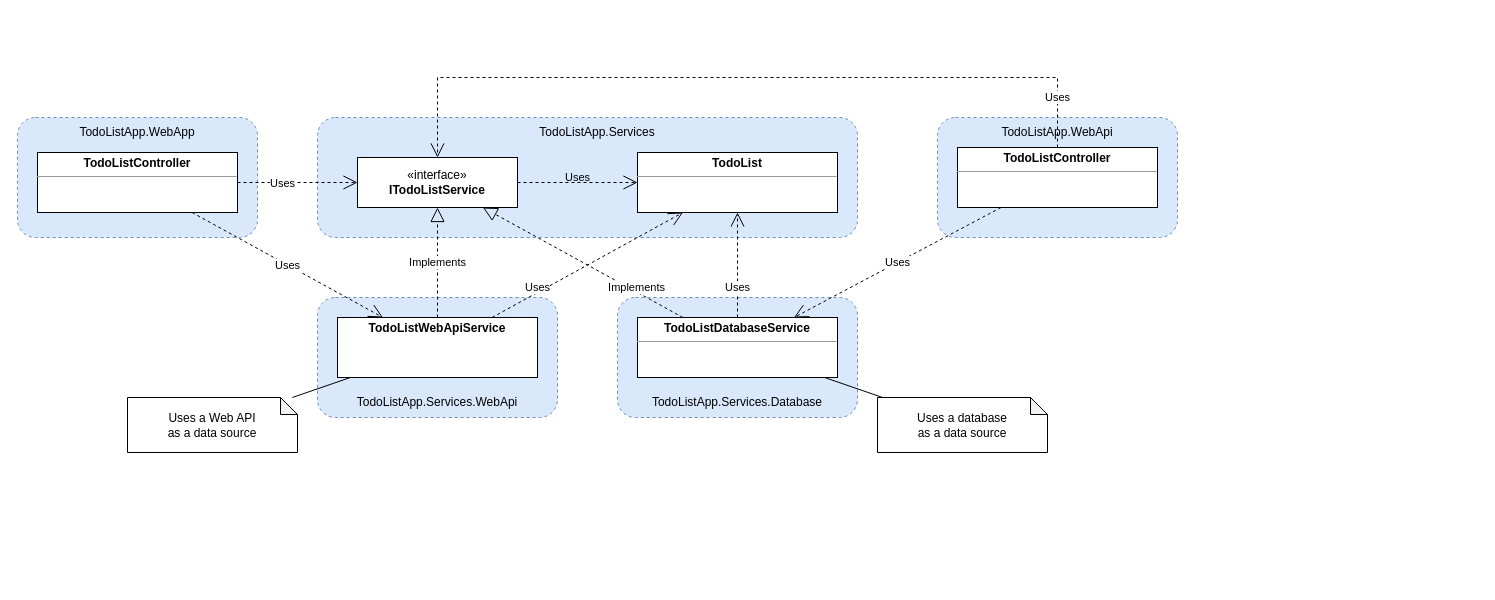
yxvnyk/todo-list-app keeps this draw.io diagram as page "class-diagram" (3 of 5) of images/diagrams.drawio. Above is the earlier version. Source tidied: cells renumbered, new cells numbered last; positions are measured from the earlier drawing's top-left corner, leaving out a move shared by most shapes. Both pictures are drawn from the tidied source at 100%, with x=0, y=0 at pixel (17, 77).
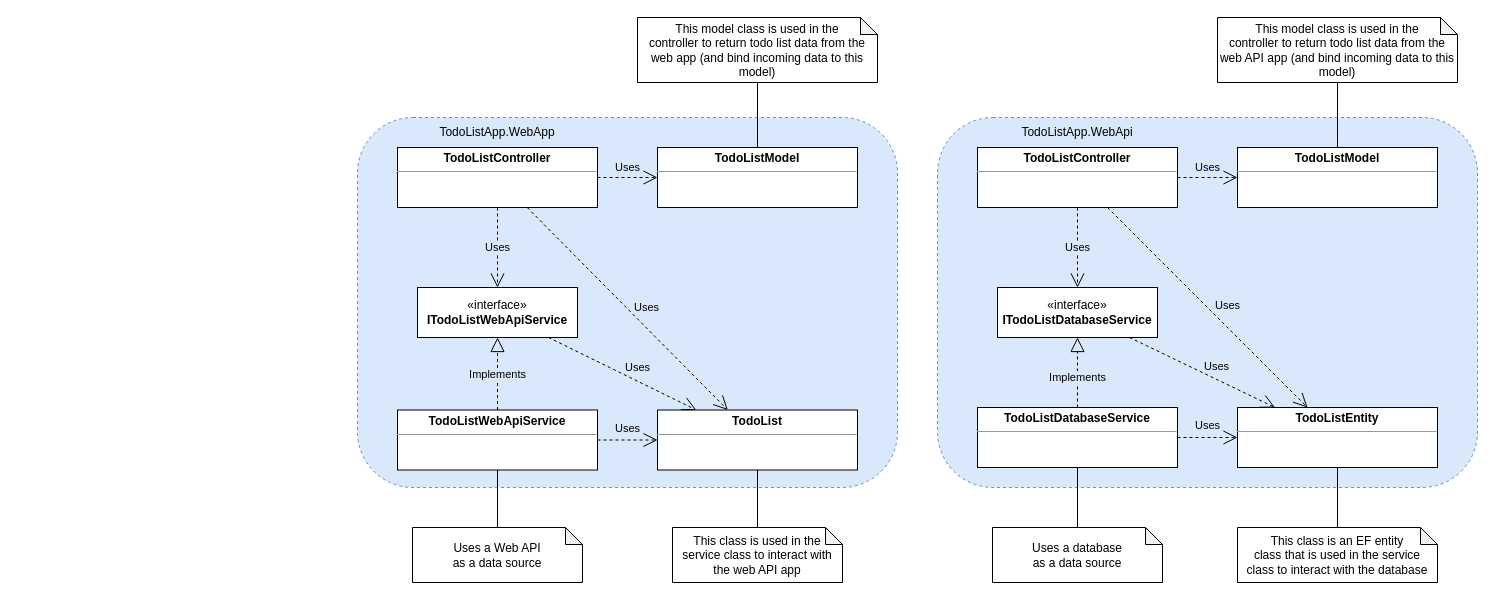
The same page after the edit.

The edit, as a diff of the source:
```diff
@@
-    <mxCell id="2" style="rounded=1;whiteSpace=wrap;html=1;fillColor=#dae8fc;dashed=1;strokeColor=#6c8ebf;" parent="1" vertex="1">
-      <mxGeometry x="300" y="220" width="240" height="120" as="geometry" />
-    </mxCell>
-    <mxCell id="3" style="rounded=1;whiteSpace=wrap;html=1;fillColor=#dae8fc;dashed=1;strokeColor=#6c8ebf;" parent="1" vertex="1">
-      <mxGeometry x="600" y="220" width="240" height="120" as="geometry" />
-    </mxCell>
-    <mxCell id="4" style="rounded=1;whiteSpace=wrap;html=1;fillColor=#dae8fc;dashed=1;strokeColor=#6c8ebf;" parent="1" vertex="1">
-      <mxGeometry x="300" y="40" width="540" height="120" as="geometry" />
-    </mxCell>
+    <mxCell id="17" style="rounded=1;whiteSpace=wrap;html=1;fillColor=#dae8fc;dashed=1;strokeColor=#6c8ebf;" parent="1" vertex="1">
+      <mxGeometry x="340" y="40" width="540" height="370" as="geometry" />
+    </mxCell>
+    <mxCell id="20" style="rounded=1;whiteSpace=wrap;html=1;fillColor=#dae8fc;dashed=1;strokeColor=#6c8ebf;" parent="1" vertex="1">
+      <mxGeometry x="920" y="40" width="540" height="370" as="geometry" />
+    </mxCell>
-    <mxCell id="5" value="«interface»&lt;br&gt;&lt;b&gt;ITodoListService&lt;br&gt;&lt;/b&gt;" style="html=1;whiteSpace=wrap;" parent="1" vertex="1">
-      <mxGeometry x="340" y="80" width="160" height="50" as="geometry" />
+    <mxCell id="5" value="«interface»&lt;br&gt;&lt;b&gt;ITodoListDatabaseService&lt;br&gt;&lt;/b&gt;" style="html=1;whiteSpace=wrap;" parent="1" vertex="1">
+      <mxGeometry x="980" y="210" width="160" height="50" as="geometry" />
     </mxCell>
     <mxCell id="6" value="&lt;p style=&quot;margin:0px;margin-top:4px;text-align:center;&quot;&gt;&lt;b&gt;TodoListDatabaseService&lt;/b&gt;&lt;/p&gt;&lt;hr size=&quot;1&quot;&gt;&lt;div style=&quot;height:2px;&quot;&gt;&lt;/div&gt;" style="verticalAlign=top;align=left;overflow=fill;fontSize=12;fontFamily=Helvetica;html=1;whiteSpace=wrap;" parent="1" vertex="1">
-      <mxGeometry x="620" y="240" width="200" height="60" as="geometry" />
+      <mxGeometry x="960" y="330" width="200" height="60" as="geometry" />
     </mxCell>
-    <mxCell id="7" value="&lt;p style=&quot;margin:0px;margin-top:4px;text-align:center;&quot;&gt;&lt;b&gt;TodoListWebApiService&lt;/b&gt;&lt;/p&gt;" style="verticalAlign=top;align=left;overflow=fill;fontSize=12;fontFamily=Helvetica;html=1;whiteSpace=wrap;" parent="1" vertex="1">
-      <mxGeometry x="320" y="240" width="200" height="60" as="geometry" />
-    </mxCell>
-    <mxCell id="8" value="Implements" style="endArrow=block;dashed=1;endFill=0;endSize=12;html=1;rounded=0;" parent="1" edge="1" source="6" target="5">
-      <mxGeometry x="-0.52" y="-4" relative="1" as="geometry" />
+    <mxCell id="8" value="Implements" style="endArrow=block;dashed=1;endFill=0;endSize=12;html=1;rounded=0;labelBackgroundColor=#dae8fc;" parent="1" edge="1" source="6" target="5">
+      <mxGeometry x="-0.14" relative="1" as="geometry" />
     </mxCell>
-    <mxCell id="9" value="Implements" style="endArrow=block;dashed=1;endFill=0;endSize=12;html=1;rounded=0;" parent="1" edge="1" source="7" target="5">
+    <mxCell id="9" value="Implements" style="endArrow=block;dashed=1;endFill=0;endSize=12;html=1;rounded=0;labelBackgroundColor=#dae8fc;" parent="1" edge="1" source="7" target="31">
       <mxGeometry relative="1" as="geometry" />
     </mxCell>
-    <mxCell id="10" value="&lt;p style=&quot;margin:0px;margin-top:4px;text-align:center;&quot;&gt;&lt;b&gt;TodoList&lt;/b&gt;&lt;/p&gt;&lt;hr size=&quot;1&quot;&gt;&lt;div style=&quot;height:2px;&quot;&gt;&lt;/div&gt;" style="verticalAlign=top;align=left;overflow=fill;fontSize=12;fontFamily=Helvetica;html=1;whiteSpace=wrap;" parent="1" vertex="1">
-      <mxGeometry x="620" y="75" width="200" height="60" as="geometry" />
-    </mxCell>
-    <mxCell id="11" value="Uses" style="endArrow=open;endSize=12;dashed=1;html=1;rounded=0;strokeColor=default;labelBackgroundColor=none;" parent="1" edge="1" source="5" target="10">
-      <mxGeometry y="5" relative="1" as="geometry" />
-    </mxCell>
-    <mxCell id="12" value="Uses" style="endArrow=open;endSize=12;dashed=1;html=1;rounded=0;" parent="1" edge="1" source="6" target="10">
-      <mxGeometry x="-0.43" relative="1" as="geometry" />
-    </mxCell>
-    <mxCell id="13" value="Uses" style="endArrow=open;endSize=12;dashed=1;html=1;rounded=0;" parent="1" edge="1" source="7" target="10">
-      <mxGeometry x="-0.5" y="4" relative="1" as="geometry" />
-    </mxCell>
-    <mxCell id="14" value="TodoListApp.Services" style="text;html=1;strokeColor=none;fillColor=none;align=center;verticalAlign=middle;whiteSpace=wrap;rounded=0;" parent="1" vertex="1">
-      <mxGeometry x="340" y="40" width="480" height="30" as="geometry" />
-    </mxCell>
-    <mxCell id="15" value="&lt;span style=&quot;border-color: var(--border-color);&quot;&gt;TodoListApp.Services.Database&lt;/span&gt;" style="text;html=1;strokeColor=none;fillColor=none;align=center;verticalAlign=middle;whiteSpace=wrap;rounded=0;fontStyle=0;" parent="1" vertex="1">
-      <mxGeometry x="620" y="310" width="200" height="30" as="geometry" />
-    </mxCell>
-    <mxCell id="16" value="TodoListApp.Services.WebApi" style="text;html=1;strokeColor=none;fillColor=none;align=center;verticalAlign=middle;whiteSpace=wrap;rounded=0;" parent="1" vertex="1">
-      <mxGeometry x="320" y="310" width="200" height="30" as="geometry" />
-    </mxCell>
-    <mxCell id="17" style="rounded=1;whiteSpace=wrap;html=1;fillColor=#dae8fc;dashed=1;strokeColor=#6c8ebf;" parent="1" vertex="1">
-      <mxGeometry y="40" width="240" height="120" as="geometry" />
-    </mxCell>
     <mxCell id="18" value="&lt;p style=&quot;margin:0px;margin-top:4px;text-align:center;&quot;&gt;&lt;b&gt;TodoListController&lt;/b&gt;&lt;/p&gt;&lt;hr size=&quot;1&quot;&gt;&lt;div style=&quot;height:2px;&quot;&gt;&lt;/div&gt;" style="verticalAlign=top;align=left;overflow=fill;fontSize=12;fontFamily=Helvetica;html=1;whiteSpace=wrap;" parent="1" vertex="1">
-      <mxGeometry x="20" y="75" width="200" height="60" as="geometry" />
+      <mxGeometry x="380" y="70" width="200" height="60" as="geometry" />
     </mxCell>
     <mxCell id="19" value="TodoListApp.WebApp" style="text;html=1;strokeColor=none;fillColor=none;align=center;verticalAlign=middle;whiteSpace=wrap;rounded=0;" parent="1" vertex="1">
-      <mxGeometry x="20" y="40" width="200" height="30" as="geometry" />
+      <mxGeometry x="380" y="40" width="200" height="30" as="geometry" />
     </mxCell>
-    <mxCell id="20" style="rounded=1;whiteSpace=wrap;html=1;fillColor=#dae8fc;dashed=1;strokeColor=#6c8ebf;" parent="1" vertex="1">
-      <mxGeometry x="920" y="40" width="240" height="120" as="geometry" />
-    </mxCell>
     <mxCell id="21" value="&lt;p style=&quot;margin:0px;margin-top:4px;text-align:center;&quot;&gt;&lt;b&gt;TodoListController&lt;/b&gt;&lt;/p&gt;&lt;hr size=&quot;1&quot;&gt;&lt;div style=&quot;height:2px;&quot;&gt;&lt;/div&gt;" style="verticalAlign=top;align=left;overflow=fill;fontSize=12;fontFamily=Helvetica;html=1;whiteSpace=wrap;" parent="1" vertex="1">
-      <mxGeometry x="940" y="70" width="200" height="60" as="geometry" />
+      <mxGeometry x="960" y="70" width="200" height="60" as="geometry" />
     </mxCell>
     <mxCell id="22" value="TodoListApp.WebApi" style="text;html=1;strokeColor=none;fillColor=none;align=center;verticalAlign=middle;whiteSpace=wrap;rounded=0;" parent="1" vertex="1">
-      <mxGeometry x="940" y="40" width="200" height="30" as="geometry" />
+      <mxGeometry x="960" y="40" width="200" height="30" as="geometry" />
     </mxCell>
-    <mxCell id="23" value="Uses" style="endArrow=open;endSize=12;dashed=1;html=1;rounded=0;" parent="1" edge="1" source="21" target="6">
+    <mxCell id="23" value="Uses" style="endArrow=open;endSize=12;dashed=1;html=1;rounded=0;labelBackgroundColor=#dae8fc;" parent="1" edge="1" source="21" target="5">
       <mxGeometry relative="1" as="geometry" />
     </mxCell>
-    <mxCell id="24" value="Uses" style="endArrow=open;endSize=12;dashed=1;html=1;rounded=0;" parent="1" edge="1" source="21" target="5">
-      <mxGeometry x="-0.87" relative="1" as="geometry">
-        <Array as="points">
-          <mxPoint x="1040" />
-          <mxPoint x="420" />
-        </Array>
-      </mxGeometry>
-    </mxCell>
-    <mxCell id="25" value="Uses" style="endArrow=open;endSize=12;dashed=1;html=1;rounded=0;labelBackgroundColor=default;" parent="1" edge="1" source="18" target="7">
+    <mxCell id="25" value="Uses" style="endArrow=open;endSize=12;dashed=1;html=1;rounded=0;labelBackgroundColor=#dae8fc;" parent="1" edge="1" source="18" target="31">
       <mxGeometry relative="1" as="geometry" />
     </mxCell>
-    <mxCell id="26" value="Uses" style="endArrow=open;endSize=12;dashed=1;html=1;rounded=0;" parent="1" edge="1" source="18" target="5">
-      <mxGeometry x="-0.25" y="-1" relative="1" as="geometry" />
-    </mxCell>
     <mxCell id="27" value="Uses a Web API&lt;br&gt;as a data source" style="shape=note;whiteSpace=wrap;html=1;backgroundOutline=1;darkOpacity=0.05;align=center;size=17;" parent="1" vertex="1">
-      <mxGeometry x="110" y="320" width="170" height="55" as="geometry" />
+      <mxGeometry x="395" y="450" width="170" height="55" as="geometry" />
     </mxCell>
     <mxCell id="28" value="Uses a database&lt;br&gt;as a data source" style="shape=note;whiteSpace=wrap;html=1;backgroundOutline=1;darkOpacity=0.05;align=center;size=17;" parent="1" vertex="1">
-      <mxGeometry x="860" y="320" width="170" height="55" as="geometry" />
+      <mxGeometry x="975" y="450" width="170" height="55" as="geometry" />
     </mxCell>
@@
+    <mxCell id="31" value="«interface»&lt;br&gt;&lt;b&gt;ITodoListWebApiService&lt;br&gt;&lt;/b&gt;" style="html=1;whiteSpace=wrap;" parent="1" vertex="1">
+      <mxGeometry x="400" y="210" width="160" height="50" as="geometry" />
+    </mxCell>
+    <mxCell id="7" value="&lt;p style=&quot;margin:0px;margin-top:4px;text-align:center;&quot;&gt;&lt;b&gt;TodoListWebApiService&lt;/b&gt;&lt;/p&gt;&lt;hr size=&quot;1&quot;&gt;&lt;div style=&quot;height:2px;&quot;&gt;&lt;/div&gt;" style="verticalAlign=top;align=left;overflow=fill;fontSize=12;fontFamily=Helvetica;html=1;whiteSpace=wrap;" parent="1" vertex="1">
+      <mxGeometry x="380" y="332.5" width="200" height="60" as="geometry" />
+    </mxCell>
+    <mxCell id="32" value="&lt;p style=&quot;margin:0px;margin-top:4px;text-align:center;&quot;&gt;&lt;b&gt;TodoListModel&lt;/b&gt;&lt;/p&gt;&lt;hr size=&quot;1&quot;&gt;&lt;div style=&quot;height:2px;&quot;&gt;&lt;/div&gt;" style="verticalAlign=top;align=left;overflow=fill;fontSize=12;fontFamily=Helvetica;html=1;whiteSpace=wrap;" parent="1" vertex="1">
+      <mxGeometry x="640" y="70" width="200" height="60" as="geometry" />
+    </mxCell>
+    <mxCell id="10" value="&lt;p style=&quot;margin:0px;margin-top:4px;text-align:center;&quot;&gt;&lt;b&gt;TodoList&lt;/b&gt;&lt;/p&gt;&lt;hr size=&quot;1&quot;&gt;&lt;div style=&quot;height:2px;&quot;&gt;&lt;/div&gt;" style="verticalAlign=top;align=left;overflow=fill;fontSize=12;fontFamily=Helvetica;html=1;whiteSpace=wrap;" parent="1" vertex="1">
+      <mxGeometry x="640" y="332.5" width="200" height="60" as="geometry" />
+    </mxCell>
+    <mxCell id="13" value="Uses" style="endArrow=open;endSize=12;dashed=1;html=1;rounded=0;labelBackgroundColor=none;" parent="1" edge="1" source="7" target="10">
+      <mxGeometry y="13" relative="1" as="geometry">
+        <mxPoint y="1" as="offset" />
+      </mxGeometry>
+    </mxCell>
+    <mxCell id="33" value="Uses" style="endArrow=open;endSize=12;dashed=1;html=1;rounded=0;labelBackgroundColor=none;" parent="1" edge="1" source="18" target="32">
+      <mxGeometry y="10" relative="1" as="geometry" />
+    </mxCell>
+    <mxCell id="34" value="Uses" style="endArrow=open;endSize=12;dashed=1;html=1;rounded=0;labelBackgroundColor=none;" parent="1" edge="1" source="18" target="10">
+      <mxGeometry x="0.09" y="15" relative="1" as="geometry" />
+    </mxCell>
+    <mxCell id="35" value="Uses" style="endArrow=open;endSize=12;dashed=1;html=1;rounded=0;labelBackgroundColor=none;" parent="1" edge="1" source="31" target="10">
+      <mxGeometry x="0.13" y="12" relative="1" as="geometry" />
+    </mxCell>
+    <mxCell id="36" value="This model class is used in the&lt;br&gt;controller to return todo list data from the web app (and bind incoming data to this model)" style="shape=note;whiteSpace=wrap;html=1;backgroundOutline=1;darkOpacity=0.05;align=center;size=17;" parent="1" vertex="1">
+      <mxGeometry x="620" y="-60" width="240" height="65" as="geometry" />
+    </mxCell>
+    <mxCell id="37" style="endArrow=none;html=1;rounded=0;" parent="1" edge="1" source="32" target="36">
+      <mxGeometry relative="1" as="geometry" />
+    </mxCell>
+    <mxCell id="38" value="This class is used in the service class to interact with the web API app" style="shape=note;whiteSpace=wrap;html=1;backgroundOutline=1;darkOpacity=0.05;align=center;size=17;" parent="1" vertex="1">
+      <mxGeometry x="655" y="450" width="170" height="55" as="geometry" />
+    </mxCell>
+    <mxCell id="39" style="endArrow=none;html=1;rounded=0;" parent="1" edge="1" source="38" target="10">
+      <mxGeometry relative="1" as="geometry" />
+    </mxCell>
+    <mxCell id="40" value="&lt;p style=&quot;margin:0px;margin-top:4px;text-align:center;&quot;&gt;&lt;b&gt;TodoListModel&lt;/b&gt;&lt;/p&gt;&lt;hr size=&quot;1&quot;&gt;&lt;div style=&quot;height:2px;&quot;&gt;&lt;/div&gt;" style="verticalAlign=top;align=left;overflow=fill;fontSize=12;fontFamily=Helvetica;html=1;whiteSpace=wrap;" parent="1" vertex="1">
+      <mxGeometry x="1220" y="70" width="200" height="60" as="geometry" />
+    </mxCell>
+    <mxCell id="41" value="Uses" style="endArrow=open;endSize=12;dashed=1;html=1;rounded=0;labelBackgroundColor=none;" parent="1" edge="1" source="21" target="40">
+      <mxGeometry y="10" relative="1" as="geometry" />
+    </mxCell>
+    <mxCell id="42" value="&lt;p style=&quot;margin:0px;margin-top:4px;text-align:center;&quot;&gt;&lt;b&gt;TodoListEntity&lt;/b&gt;&lt;/p&gt;&lt;hr size=&quot;1&quot;&gt;&lt;div style=&quot;height:2px;&quot;&gt;&lt;/div&gt;" style="verticalAlign=top;align=left;overflow=fill;fontSize=12;fontFamily=Helvetica;html=1;whiteSpace=wrap;" parent="1" vertex="1">
+      <mxGeometry x="1220" y="330" width="200" height="60" as="geometry" />
+    </mxCell>
+    <mxCell id="43" value="Uses" style="endArrow=open;endSize=12;dashed=1;html=1;rounded=0;labelBackgroundColor=none;" parent="1" edge="1" source="6" target="42">
+      <mxGeometry y="13" relative="1" as="geometry">
+        <mxPoint y="1" as="offset" />
+      </mxGeometry>
+    </mxCell>
+    <mxCell id="44" value="This class is an EF entity&lt;br&gt;class that is used in the service&lt;br&gt;class to interact with the database" style="shape=note;whiteSpace=wrap;html=1;backgroundOutline=1;darkOpacity=0.05;align=center;size=17;" parent="1" vertex="1">
+      <mxGeometry x="1220" y="450" width="200" height="55" as="geometry" />
+    </mxCell>
+    <mxCell id="45" style="endArrow=none;html=1;rounded=0;" parent="1" edge="1" source="44" target="42">
+      <mxGeometry relative="1" as="geometry" />
+    </mxCell>
+    <mxCell id="46" value="This model class is used in the&lt;br&gt;controller to return todo list data from the web API app (and bind incoming data to this model)" style="shape=note;whiteSpace=wrap;html=1;backgroundOutline=1;darkOpacity=0.05;align=center;size=17;" parent="1" vertex="1">
+      <mxGeometry x="1200" y="-60" width="240" height="65" as="geometry" />
+    </mxCell>
+    <mxCell id="47" style="endArrow=none;html=1;rounded=0;" parent="1" edge="1" source="40" target="46">
+      <mxGeometry relative="1" as="geometry" />
+    </mxCell>
+    <mxCell id="48" value="Uses" style="endArrow=open;endSize=12;dashed=1;html=1;rounded=0;labelBackgroundColor=none;" parent="1" edge="1" source="21" target="42">
+      <mxGeometry x="0.09" y="15" relative="1" as="geometry" />
+    </mxCell>
+    <mxCell id="49" value="Uses" style="endArrow=open;endSize=12;dashed=1;html=1;rounded=0;labelBackgroundColor=none;" parent="1" edge="1" source="5" target="42">
+      <mxGeometry x="0.13" y="12" relative="1" as="geometry" />
+    </mxCell>
```
